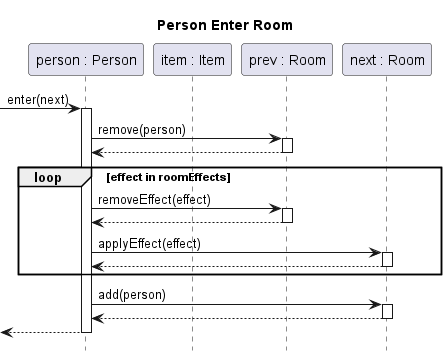
The PlantUML diagram docs/img/diagrams/sequence/person-enter-room.png in sn4k3ch4rm3r/logarlec, before a commit.
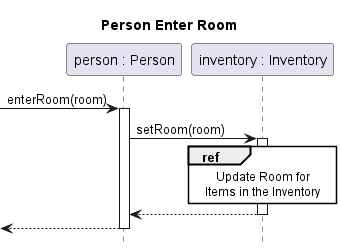
The same diagram one commit later.

The edit, as a diff of the source:
```diff
@@ -5,20 +5,11 @@
 autoactivate on
 
 participant "person : Person" as person
-participant "item : Item" as item
-participant "prev : Room" as prev
-participant "next : Room" as next
+participant "inventory : Inventory" as inventory
 
-[-> person : enter(next)
-	person -> prev : remove(person)
-	return
-	loop effect in roomEffects
-		person -> prev : removeEffect(effect)
-		return
-		person -> next : applyEffect(effect)
-		return
-	end
-	person -> next : add(person)
+[-> person : enterRoom(room)
+	person -> inventory ++: setRoom(room)
+		ref over inventory : Update Room for\nItems in the Inventory
 	return
 return
 @enduml
```
